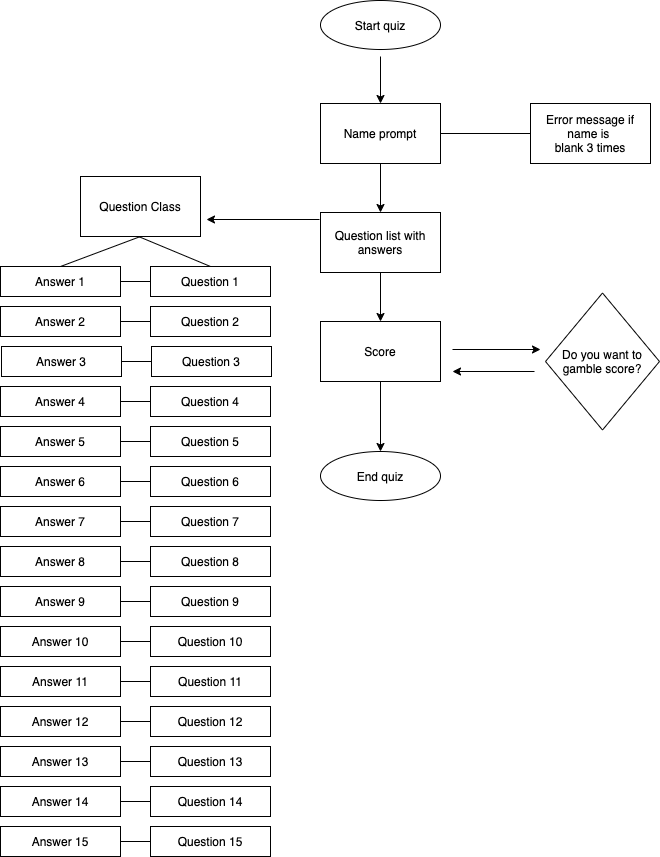
Above: cfd.png in sarcah/Ruby-terminal-app (draw.io), before the change. Source tidied: cells renumbered, new cells last; positions are measured from the earlier drawing's top-left corner, leaving out a move shared by most shapes. The source it was exported from:
```xml
<mxGraphModel>
  <root>
    <mxCell id="0" />
    <mxCell id="1" parent="0" />
    <mxCell id="2" style="edgeStyle=orthogonalEdgeStyle;rounded=0;jettySize=auto;html=1;" parent="1" edge="1" target="4">
      <mxGeometry relative="1" as="geometry">
        <mxPoint x="380" y="56" as="sourcePoint" />
      </mxGeometry>
    </mxCell>
    <mxCell id="3" style="edgeStyle=orthogonalEdgeStyle;rounded=0;jettySize=auto;html=1;" parent="1" edge="1" source="4" target="7">
      <mxGeometry relative="1" as="geometry" />
    </mxCell>
    <mxCell id="4" value="Name prompt" style="rounded=0;whiteSpace=wrap;html=1;" parent="1" vertex="1">
      <mxGeometry x="320" y="103" width="120" height="60" as="geometry" />
    </mxCell>
    <mxCell id="5" value="Error message if name is &lt;br&gt;blank 3 times" style="rounded=0;whiteSpace=wrap;html=1;" parent="1" vertex="1">
      <mxGeometry x="530" y="103" width="120" height="60" as="geometry" />
    </mxCell>
    <mxCell id="6" style="edgeStyle=orthogonalEdgeStyle;rounded=0;jettySize=auto;html=1;" parent="1" edge="1" source="7" target="56">
      <mxGeometry relative="1" as="geometry" />
    </mxCell>
    <mxCell id="7" value="Question list with answers" style="rounded=0;whiteSpace=wrap;html=1;" parent="1" vertex="1">
      <mxGeometry x="320" y="212" width="120" height="60" as="geometry" />
    </mxCell>
    <mxCell id="8" value="Answer 1" style="rounded=0;whiteSpace=wrap;html=1;" parent="1" vertex="1">
      <mxGeometry y="266" width="120" height="30" as="geometry" />
    </mxCell>
    <mxCell id="9" value="Answer 2" style="rounded=0;whiteSpace=wrap;html=1;" parent="1" vertex="1">
      <mxGeometry y="306" width="120" height="30" as="geometry" />
    </mxCell>
    <mxCell id="10" value="Answer 3" style="rounded=0;whiteSpace=wrap;html=1;" parent="1" vertex="1">
      <mxGeometry x="1" y="346" width="120" height="30" as="geometry" />
    </mxCell>
    <mxCell id="11" value="Answer 4" style="rounded=0;whiteSpace=wrap;html=1;" parent="1" vertex="1">
      <mxGeometry y="386" width="120" height="30" as="geometry" />
    </mxCell>
    <mxCell id="12" value="Answer 5" style="rounded=0;whiteSpace=wrap;html=1;" parent="1" vertex="1">
      <mxGeometry y="426" width="120" height="30" as="geometry" />
    </mxCell>
    <mxCell id="13" value="Answer 6" style="rounded=0;whiteSpace=wrap;html=1;" parent="1" vertex="1">
      <mxGeometry y="466" width="120" height="30" as="geometry" />
    </mxCell>
    <mxCell id="14" value="Answer 7" style="rounded=0;whiteSpace=wrap;html=1;" parent="1" vertex="1">
      <mxGeometry y="506" width="120" height="30" as="geometry" />
    </mxCell>
    <mxCell id="15" value="Answer 8" style="rounded=0;whiteSpace=wrap;html=1;" parent="1" vertex="1">
      <mxGeometry y="546" width="120" height="30" as="geometry" />
    </mxCell>
    <mxCell id="16" value="Answer 9" style="rounded=0;whiteSpace=wrap;html=1;" parent="1" vertex="1">
      <mxGeometry y="586" width="120" height="30" as="geometry" />
    </mxCell>
    <mxCell id="17" value="Answer 10" style="rounded=0;whiteSpace=wrap;html=1;" parent="1" vertex="1">
      <mxGeometry y="626" width="120" height="30" as="geometry" />
    </mxCell>
    <mxCell id="18" value="Answer 11" style="rounded=0;whiteSpace=wrap;html=1;" parent="1" vertex="1">
      <mxGeometry y="666" width="120" height="30" as="geometry" />
    </mxCell>
    <mxCell id="19" value="Answer 12" style="rounded=0;whiteSpace=wrap;html=1;" parent="1" vertex="1">
      <mxGeometry y="706" width="120" height="30" as="geometry" />
    </mxCell>
    <mxCell id="20" value="Answer 13" style="rounded=0;whiteSpace=wrap;html=1;" parent="1" vertex="1">
      <mxGeometry y="746" width="120" height="30" as="geometry" />
    </mxCell>
    <mxCell id="21" value="Answer 14" style="rounded=0;whiteSpace=wrap;html=1;" parent="1" vertex="1">
      <mxGeometry y="786" width="120" height="30" as="geometry" />
    </mxCell>
    <mxCell id="22" value="Answer 15" style="rounded=0;whiteSpace=wrap;html=1;" parent="1" vertex="1">
      <mxGeometry y="826" width="120" height="30" as="geometry" />
    </mxCell>
    <mxCell id="23" value="Question 1" style="rounded=0;whiteSpace=wrap;html=1;" parent="1" vertex="1">
      <mxGeometry x="150" y="266" width="120" height="30" as="geometry" />
    </mxCell>
    <mxCell id="24" value="Question 2" style="rounded=0;whiteSpace=wrap;html=1;" parent="1" vertex="1">
      <mxGeometry x="150" y="306" width="120" height="30" as="geometry" />
    </mxCell>
    <mxCell id="25" value="Question 3" style="rounded=0;whiteSpace=wrap;html=1;" parent="1" vertex="1">
      <mxGeometry x="151" y="346" width="120" height="30" as="geometry" />
    </mxCell>
    <mxCell id="26" value="Question 4" style="rounded=0;whiteSpace=wrap;html=1;" parent="1" vertex="1">
      <mxGeometry x="150" y="386" width="120" height="30" as="geometry" />
    </mxCell>
    <mxCell id="27" value="Question 5" style="rounded=0;whiteSpace=wrap;html=1;" parent="1" vertex="1">
      <mxGeometry x="150" y="426" width="120" height="30" as="geometry" />
    </mxCell>
    <mxCell id="28" value="Question 6" style="rounded=0;whiteSpace=wrap;html=1;" parent="1" vertex="1">
      <mxGeometry x="150" y="466" width="120" height="30" as="geometry" />
    </mxCell>
    <mxCell id="29" value="Question 7" style="rounded=0;whiteSpace=wrap;html=1;" parent="1" vertex="1">
      <mxGeometry x="150" y="506" width="120" height="30" as="geometry" />
    </mxCell>
    <mxCell id="30" value="Question 8" style="rounded=0;whiteSpace=wrap;html=1;" parent="1" vertex="1">
      <mxGeometry x="150" y="546" width="120" height="30" as="geometry" />
    </mxCell>
    <mxCell id="31" value="Question 9" style="rounded=0;whiteSpace=wrap;html=1;" parent="1" vertex="1">
      <mxGeometry x="150" y="586" width="120" height="30" as="geometry" />
    </mxCell>
    <mxCell id="32" value="Question 10" style="rounded=0;whiteSpace=wrap;html=1;" parent="1" vertex="1">
      <mxGeometry x="150" y="626" width="120" height="30" as="geometry" />
    </mxCell>
    <mxCell id="33" value="Question 11" style="rounded=0;whiteSpace=wrap;html=1;" parent="1" vertex="1">
      <mxGeometry x="150" y="666" width="120" height="30" as="geometry" />
    </mxCell>
    <mxCell id="34" value="Question 12" style="rounded=0;whiteSpace=wrap;html=1;" parent="1" vertex="1">
      <mxGeometry x="150" y="706" width="120" height="30" as="geometry" />
    </mxCell>
    <mxCell id="35" value="Question 13" style="rounded=0;whiteSpace=wrap;html=1;" parent="1" vertex="1">
      <mxGeometry x="150" y="746" width="120" height="30" as="geometry" />
    </mxCell>
    <mxCell id="36" value="Question 14" style="rounded=0;whiteSpace=wrap;html=1;" parent="1" vertex="1">
      <mxGeometry x="150" y="786" width="120" height="30" as="geometry" />
    </mxCell>
    <mxCell id="37" value="Question 15" style="rounded=0;whiteSpace=wrap;html=1;" parent="1" vertex="1">
      <mxGeometry x="150" y="826" width="120" height="30" as="geometry" />
    </mxCell>
    <mxCell id="38" style="endArrow=none;html=1;entryX=0;entryY=0.5;entryDx=0;entryDy=0;exitX=1;exitY=0.5;exitDx=0;exitDy=0;" parent="1" edge="1" source="8" target="23">
      <mxGeometry relative="1" as="geometry" />
    </mxCell>
    <mxCell id="39" style="endArrow=none;html=1;exitX=1;exitY=0.5;exitDx=0;exitDy=0;entryX=0;entryY=0.5;entryDx=0;entryDy=0;" parent="1" edge="1" source="9" target="24">
      <mxGeometry relative="1" as="geometry" />
    </mxCell>
    <mxCell id="40" style="endArrow=none;html=1;exitX=1;exitY=0.5;exitDx=0;exitDy=0;entryX=0;entryY=0.5;entryDx=0;entryDy=0;" parent="1" edge="1" source="10" target="25">
      <mxGeometry relative="1" as="geometry" />
    </mxCell>
    <mxCell id="41" style="endArrow=none;html=1;exitX=1;exitY=0.5;exitDx=0;exitDy=0;entryX=0;entryY=0.5;entryDx=0;entryDy=0;" parent="1" edge="1" source="11" target="26">
      <mxGeometry relative="1" as="geometry" />
    </mxCell>
    <mxCell id="42" style="endArrow=none;html=1;exitX=1;exitY=0.5;exitDx=0;exitDy=0;entryX=0;entryY=0.5;entryDx=0;entryDy=0;" parent="1" edge="1" source="12" target="27">
      <mxGeometry relative="1" as="geometry" />
    </mxCell>
    <mxCell id="43" style="endArrow=none;html=1;exitX=1;exitY=0.5;exitDx=0;exitDy=0;entryX=0;entryY=0.5;entryDx=0;entryDy=0;" parent="1" edge="1" source="13" target="28">
      <mxGeometry relative="1" as="geometry" />
    </mxCell>
    <mxCell id="44" style="endArrow=none;html=1;exitX=1;exitY=0.5;exitDx=0;exitDy=0;entryX=0;entryY=0.5;entryDx=0;entryDy=0;" parent="1" edge="1" source="14" target="29">
      <mxGeometry relative="1" as="geometry" />
    </mxCell>
    <mxCell id="45" style="endArrow=none;html=1;exitX=1;exitY=0.5;exitDx=0;exitDy=0;entryX=0;entryY=0.5;entryDx=0;entryDy=0;" parent="1" edge="1" source="15" target="30">
      <mxGeometry relative="1" as="geometry" />
    </mxCell>
    <mxCell id="46" style="endArrow=none;html=1;exitX=1;exitY=0.5;exitDx=0;exitDy=0;entryX=0;entryY=0.5;entryDx=0;entryDy=0;" parent="1" edge="1" source="16" target="31">
      <mxGeometry relative="1" as="geometry" />
    </mxCell>
    <mxCell id="47" style="endArrow=none;html=1;exitX=1;exitY=0.5;exitDx=0;exitDy=0;entryX=0;entryY=0.5;entryDx=0;entryDy=0;" parent="1" edge="1" source="17" target="32">
      <mxGeometry relative="1" as="geometry" />
    </mxCell>
    <mxCell id="48" style="endArrow=none;html=1;exitX=1;exitY=0.5;exitDx=0;exitDy=0;entryX=0;entryY=0.5;entryDx=0;entryDy=0;" parent="1" edge="1" source="18" target="33">
      <mxGeometry relative="1" as="geometry" />
    </mxCell>
    <mxCell id="49" style="endArrow=none;html=1;exitX=1;exitY=0.5;exitDx=0;exitDy=0;entryX=0;entryY=0.5;entryDx=0;entryDy=0;" parent="1" edge="1" source="19" target="34">
      <mxGeometry relative="1" as="geometry" />
    </mxCell>
    <mxCell id="50" style="endArrow=none;html=1;exitX=1;exitY=0.5;exitDx=0;exitDy=0;entryX=0;entryY=0.5;entryDx=0;entryDy=0;" parent="1" edge="1" source="20" target="35">
      <mxGeometry relative="1" as="geometry" />
    </mxCell>
    <mxCell id="51" style="endArrow=none;html=1;exitX=1;exitY=0.5;exitDx=0;exitDy=0;entryX=0;entryY=0.5;entryDx=0;entryDy=0;" parent="1" edge="1" source="21" target="36">
      <mxGeometry relative="1" as="geometry" />
    </mxCell>
    <mxCell id="52" style="endArrow=none;html=1;exitX=1;exitY=0.5;exitDx=0;exitDy=0;entryX=0;entryY=0.5;entryDx=0;entryDy=0;" parent="1" edge="1" source="22" target="37">
      <mxGeometry relative="1" as="geometry" />
    </mxCell>
    <mxCell id="53" value="Question Class" style="rounded=0;whiteSpace=wrap;html=1;" parent="1" vertex="1">
      <mxGeometry x="80" y="176" width="120" height="60" as="geometry" />
    </mxCell>
    <mxCell id="54" style="endArrow=none;html=1;entryX=1;entryY=0.5;entryDx=0;entryDy=0;exitX=0;exitY=0.5;exitDx=0;exitDy=0;" parent="1" edge="1" source="5" target="4">
      <mxGeometry relative="1" as="geometry" />
    </mxCell>
    <mxCell id="55" style="edgeStyle=orthogonalEdgeStyle;rounded=0;jettySize=auto;html=1;" parent="1" edge="1" source="56" target="60">
      <mxGeometry relative="1" as="geometry" />
    </mxCell>
    <mxCell id="56" value="Score" style="rounded=0;whiteSpace=wrap;html=1;" parent="1" vertex="1">
      <mxGeometry x="320" y="321" width="120" height="60" as="geometry" />
    </mxCell>
    <mxCell id="57" value="Do you want to gamble score?" style="rhombus;whiteSpace=wrap;html=1;rounded=0;" parent="1" vertex="1">
      <mxGeometry x="545" y="292.5" width="114" height="137" as="geometry" />
    </mxCell>
    <mxCell id="58" style="endArrow=classic;html=1;" parent="1" edge="1">
      <mxGeometry relative="1" as="geometry">
        <mxPoint x="319" y="219" as="sourcePoint" />
        <mxPoint x="206" y="219" as="targetPoint" />
      </mxGeometry>
    </mxCell>
    <mxCell id="59" style="endArrow=classic;html=1;" parent="1" edge="1">
      <mxGeometry relative="1" as="geometry">
        <mxPoint x="534" y="371" as="sourcePoint" />
        <mxPoint x="452" y="371" as="targetPoint" />
      </mxGeometry>
    </mxCell>
    <mxCell id="60" value="End quiz" style="ellipse;whiteSpace=wrap;html=1;rounded=0;" parent="1" vertex="1">
      <mxGeometry x="320" y="451" width="120" height="49" as="geometry" />
    </mxCell>
    <mxCell id="61" value="Start quiz" style="ellipse;whiteSpace=wrap;html=1;rounded=0;" parent="1" vertex="1">
      <mxGeometry x="320" width="120" height="49" as="geometry" />
    </mxCell>
    <mxCell id="62" style="endArrow=classic;html=1;" parent="1" edge="1">
      <mxGeometry relative="1" as="geometry">
        <mxPoint x="452" y="349" as="sourcePoint" />
        <mxPoint x="540" y="349" as="targetPoint" />
      </mxGeometry>
    </mxCell>
    <mxCell id="63" style="endArrow=none;html=1;entryX=0.5;entryY=1;entryDx=0;entryDy=0;exitX=0.5;exitY=0;exitDx=0;exitDy=0;" parent="1" edge="1" source="8" target="53">
      <mxGeometry relative="1" as="geometry" />
    </mxCell>
    <mxCell id="64" style="endArrow=none;html=1;exitX=0.5;exitY=0;exitDx=0;exitDy=0;" parent="1" edge="1" source="23">
      <mxGeometry relative="1" as="geometry">
        <mxPoint x="138" y="236" as="targetPoint" />
      </mxGeometry>
    </mxCell>
  </root>
</mxGraphModel>
```
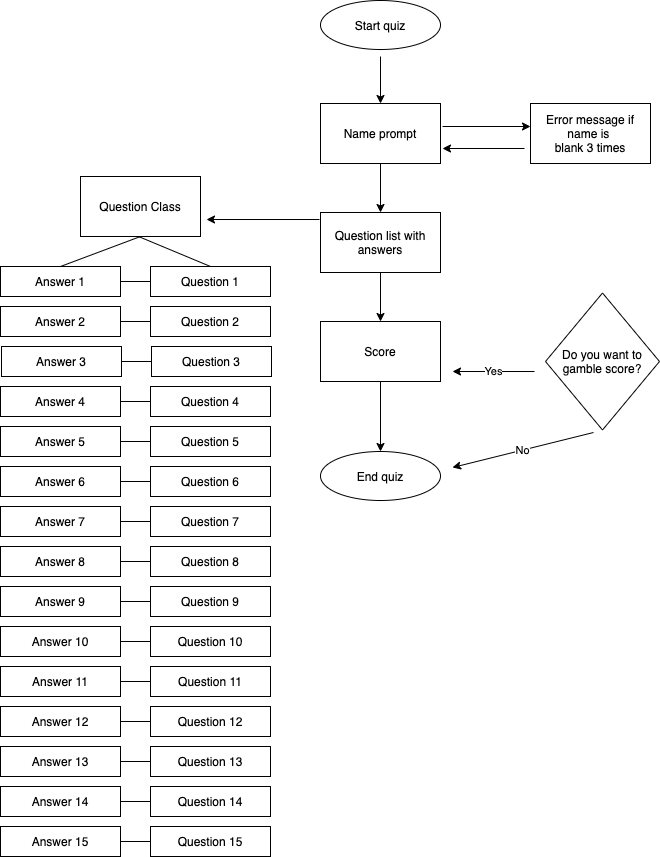
Above is the later version.

Commit message:
adding control flow diagramv2

What changed in the source:
```diff
@@ -160,9 +160,6 @@
     <mxCell id="53" value="Question Class" style="rounded=0;whiteSpace=wrap;html=1;" parent="1" vertex="1">
       <mxGeometry x="80" y="176" width="120" height="60" as="geometry" />
     </mxCell>
-    <mxCell id="54" style="endArrow=none;html=1;entryX=1;entryY=0.5;entryDx=0;entryDy=0;exitX=0;exitY=0.5;exitDx=0;exitDy=0;" parent="1" edge="1" source="5" target="4">
-      <mxGeometry relative="1" as="geometry" />
-    </mxCell>
     <mxCell id="55" style="edgeStyle=orthogonalEdgeStyle;rounded=0;jettySize=auto;html=1;" parent="1" edge="1" source="56" target="60">
       <mxGeometry relative="1" as="geometry" />
     </mxCell>
@@ -178,7 +175,7 @@
         <mxPoint x="206" y="219" as="targetPoint" />
       </mxGeometry>
     </mxCell>
-    <mxCell id="59" style="endArrow=classic;html=1;" parent="1" edge="1">
+    <mxCell id="59" value="Yes" style="endArrow=classic;html=1;" parent="1" edge="1">
       <mxGeometry relative="1" as="geometry">
         <mxPoint x="534" y="371" as="sourcePoint" />
         <mxPoint x="452" y="371" as="targetPoint" />
@@ -190,10 +187,10 @@
     <mxCell id="61" value="Start quiz" style="ellipse;whiteSpace=wrap;html=1;rounded=0;" parent="1" vertex="1">
       <mxGeometry x="320" width="120" height="49" as="geometry" />
     </mxCell>
-    <mxCell id="62" style="endArrow=classic;html=1;" parent="1" edge="1">
+    <mxCell id="62" value="No" style="endArrow=classic;html=1;" parent="1" edge="1">
       <mxGeometry relative="1" as="geometry">
-        <mxPoint x="452" y="349" as="sourcePoint" />
-        <mxPoint x="540" y="349" as="targetPoint" />
+        <mxPoint x="593" y="432" as="sourcePoint" />
+        <mxPoint x="452" y="467" as="targetPoint" />
       </mxGeometry>
     </mxCell>
     <mxCell id="63" style="endArrow=none;html=1;entryX=0.5;entryY=1;entryDx=0;entryDy=0;exitX=0.5;exitY=0;exitDx=0;exitDy=0;" parent="1" edge="1" source="8" target="53">
@@ -204,5 +201,17 @@
         <mxPoint x="138" y="236" as="targetPoint" />
       </mxGeometry>
     </mxCell>
+    <mxCell id="65" style="endArrow=classic;html=1;" parent="1" edge="1">
+      <mxGeometry relative="1" as="geometry">
+        <mxPoint x="524" y="148" as="sourcePoint" />
+        <mxPoint x="442" y="148" as="targetPoint" />
+      </mxGeometry>
+    </mxCell>
+    <mxCell id="66" style="endArrow=classic;html=1;" parent="1" edge="1">
+      <mxGeometry relative="1" as="geometry">
+        <mxPoint x="442" y="126" as="sourcePoint" />
+        <mxPoint x="530" y="126" as="targetPoint" />
+      </mxGeometry>
+    </mxCell>
   </root>
 </mxGraphModel>
```
